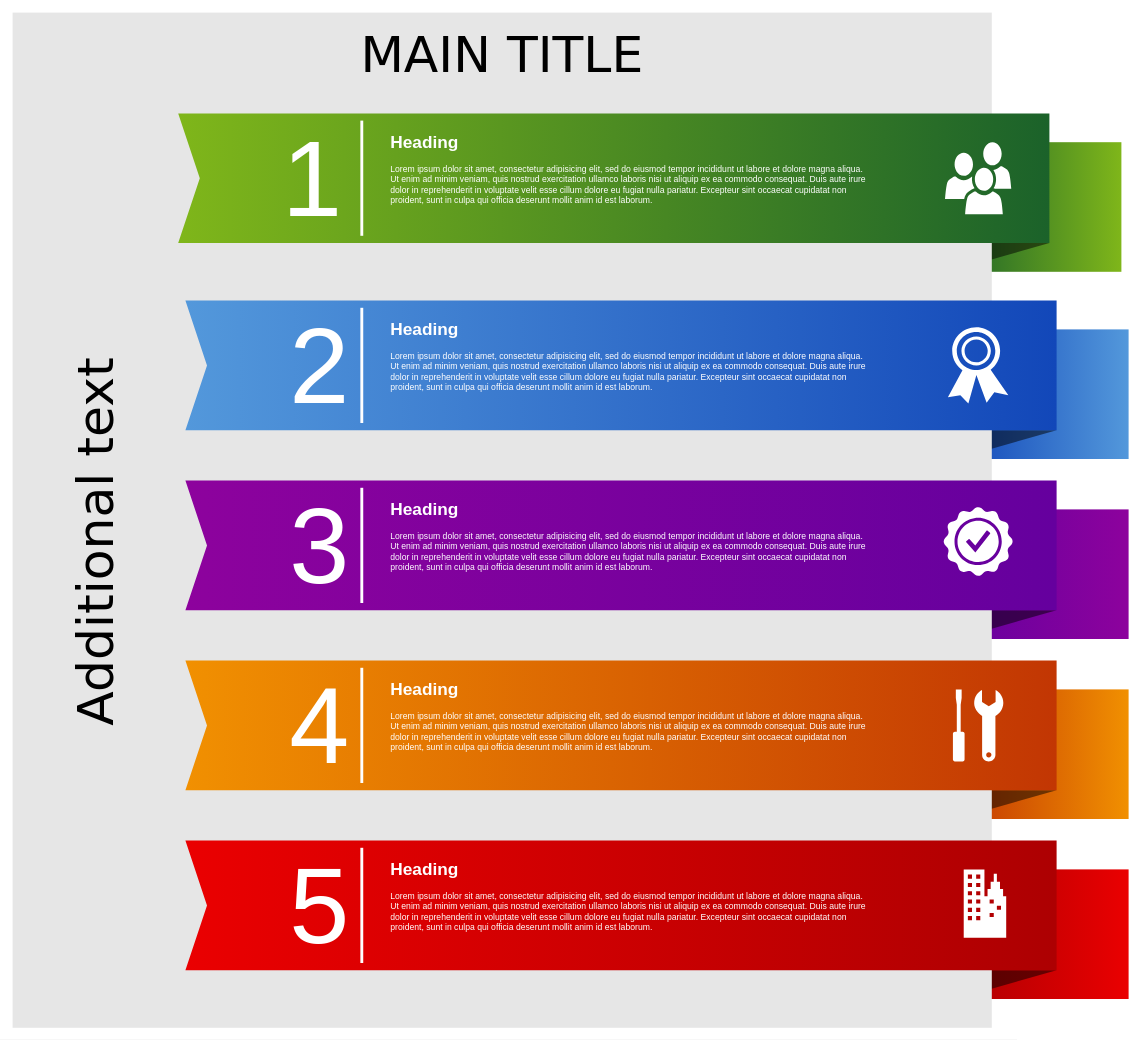
Before: Untitled Diagram.drawio in amaliarais67/latihan-Js, a draw.io diagram. Source tidied: cells renumbered, new cells numbered last; positions are measured from the earlier drawing's top-left corner, leaving out a move shared by most shapes. Both pictures are drawn from the tidied source at 72%, with x=0, y=0 at pixel (12, 12).
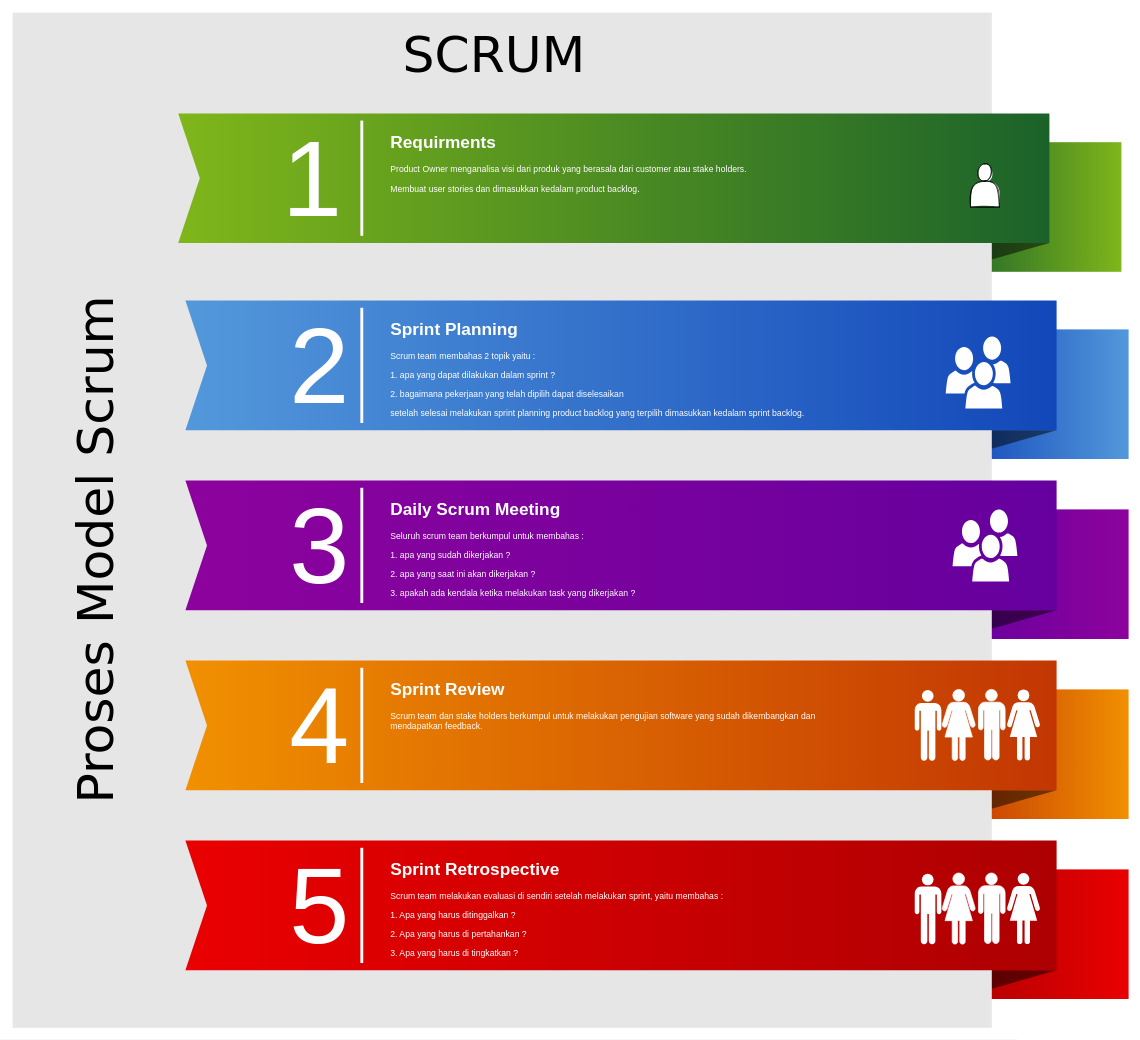
The same page after the edit.

The edit, as a diff of the source:
```diff
@@
-    <mxCell id="12" value="MAIN TITLE" style="whiteSpace=wrap;html=1;rounded=0;shadow=0;dashed=0;strokeWidth=1;fillColor=#E6E6E6;fontFamily=Verdana;fontSize=70;strokeColor=none;verticalAlign=top;spacingTop=10;" parent="1" vertex="1">
+    <mxCell id="12" value="SCRUM&amp;nbsp;" style="whiteSpace=wrap;html=1;rounded=0;shadow=0;dashed=0;strokeWidth=1;fillColor=#E6E6E6;fontFamily=Verdana;fontSize=70;strokeColor=none;verticalAlign=top;spacingTop=10;" parent="1" vertex="1">
       <mxGeometry width="1360" height="1410" as="geometry" />
     </mxCell>
@@
-    <mxCell id="18" value="Additional text" style="text;html=1;strokeColor=none;fillColor=none;align=center;verticalAlign=middle;whiteSpace=wrap;rounded=0;shadow=0;dashed=0;fontFamily=Verdana;fontSize=70;horizontal=0;" parent="1" vertex="1">
+    <mxCell id="18" value="Proses Model Scrum&amp;nbsp;" style="text;html=1;strokeColor=none;fillColor=none;align=center;verticalAlign=middle;whiteSpace=wrap;rounded=0;shadow=0;dashed=0;fontFamily=Verdana;fontSize=70;horizontal=0;" parent="1" vertex="1">
       <mxGeometry x="50" y="140" width="130" height="1190" as="geometry" />
     </mxCell>
@@
-    <mxCell id="29" value="&lt;h1&gt;Heading&lt;/h1&gt;&lt;p&gt;L&lt;span&gt;orem ipsum dolor sit amet, consectetur adipisicing elit, sed do eiusmod tempor incididunt ut labore et dolore magna aliqua. Ut enim ad minim veniam, quis nostrud exercitation ullamco laboris nisi ut aliquip ex ea commodo consequat. Duis aute irure dolor in reprehenderit in voluptate velit esse cillum dolore eu fugiat nulla pariatur. Excepteur sint occaecat cupidatat non proident, sunt in culpa qui officia deserunt mollit anim id est laborum.&lt;/span&gt;&lt;/p&gt;" style="text;html=1;strokeColor=none;fillColor=none;spacing=5;spacingTop=-20;whiteSpace=wrap;overflow=hidden;rounded=0;shadow=0;dashed=0;fontFamily=Helvetica;fontSize=12;fontColor=#FFFFFF;align=left;" parent="1" vertex="1">
+    <mxCell id="29" value="&lt;h1&gt;Requirments&amp;nbsp;&lt;/h1&gt;&lt;p style=&quot;&quot;&gt;&lt;font style=&quot;font-size: 12px;&quot;&gt;Product Owner menganalisa visi dari produk yang berasala dari customer atau stake holders.&lt;/font&gt;&lt;/p&gt;&lt;p style=&quot;&quot;&gt;&lt;font style=&quot;font-size: 12px;&quot;&gt;Membuat user stories dan dimasukkan kedalam product backlog&lt;/font&gt;&lt;font style=&quot;font-size: 14px;&quot;&gt;.&lt;/font&gt;&lt;span style=&quot;font-size: 13px;&quot;&gt;&amp;nbsp;&lt;/span&gt;&lt;/p&gt;" style="text;html=1;strokeColor=none;fillColor=none;spacing=5;spacingTop=-20;whiteSpace=wrap;overflow=hidden;rounded=0;shadow=0;dashed=0;fontFamily=Helvetica;fontSize=12;fontColor=#FFFFFF;align=left;" parent="1" vertex="1">
       <mxGeometry x="520" y="160" width="670" height="140" as="geometry" />
     </mxCell>
-    <mxCell id="30" value="&lt;h1&gt;Heading&lt;/h1&gt;&lt;p&gt;L&lt;span&gt;orem ipsum dolor sit amet, consectetur adipisicing elit, sed do eiusmod tempor incididunt ut labore et dolore magna aliqua. Ut enim ad minim veniam, quis nostrud exercitation ullamco laboris nisi ut aliquip ex ea commodo consequat. Duis aute irure dolor in reprehenderit in voluptate velit esse cillum dolore eu fugiat nulla pariatur. Excepteur sint occaecat cupidatat non proident, sunt in culpa qui officia deserunt mollit anim id est laborum.&lt;/span&gt;&lt;/p&gt;" style="text;html=1;strokeColor=none;fillColor=none;spacing=5;spacingTop=-20;whiteSpace=wrap;overflow=hidden;rounded=0;shadow=0;dashed=0;fontFamily=Helvetica;fontSize=12;fontColor=#FFFFFF;align=left;" parent="1" vertex="1">
-      <mxGeometry x="520" y="420" width="670" height="140" as="geometry" />
+    <mxCell id="30" value="&lt;h1&gt;Sprint Planning&amp;nbsp;&lt;/h1&gt;&lt;p&gt;&lt;span&gt;Scrum team membahas 2 topik yaitu :&lt;/span&gt;&lt;/p&gt;&lt;p&gt;&lt;span&gt;1. apa yang dapat dilakukan dalam sprint ?&lt;/span&gt;&lt;/p&gt;&lt;p&gt;&lt;span&gt;2. bagaimana pekerjaan yang telah dipilih dapat diselesaikan&amp;nbsp;&lt;/span&gt;&lt;/p&gt;&lt;p&gt;&lt;span&gt;setelah selesai melakukan sprint planning product backlog yang terpilih dimasukkan kedalam sprint backlog.&lt;/span&gt;&lt;/p&gt;" style="text;html=1;strokeColor=none;fillColor=none;spacing=5;spacingTop=-20;whiteSpace=wrap;overflow=hidden;rounded=0;shadow=0;dashed=0;fontFamily=Helvetica;fontSize=12;fontColor=#FFFFFF;align=left;" parent="1" vertex="1">
+      <mxGeometry x="520" y="420" width="670" height="150" as="geometry" />
     </mxCell>
-    <mxCell id="31" value="&lt;h1&gt;Heading&lt;/h1&gt;&lt;p&gt;L&lt;span&gt;orem ipsum dolor sit amet, consectetur adipisicing elit, sed do eiusmod tempor incididunt ut labore et dolore magna aliqua. Ut enim ad minim veniam, quis nostrud exercitation ullamco laboris nisi ut aliquip ex ea commodo consequat. Duis aute irure dolor in reprehenderit in voluptate velit esse cillum dolore eu fugiat nulla pariatur. Excepteur sint occaecat cupidatat non proident, sunt in culpa qui officia deserunt mollit anim id est laborum.&lt;/span&gt;&lt;/p&gt;" style="text;html=1;strokeColor=none;fillColor=none;spacing=5;spacingTop=-20;whiteSpace=wrap;overflow=hidden;rounded=0;shadow=0;dashed=0;fontFamily=Helvetica;fontSize=12;fontColor=#FFFFFF;align=left;" parent="1" vertex="1">
-      <mxGeometry x="520" y="670" width="670" height="140" as="geometry" />
+    <mxCell id="31" value="&lt;h1&gt;Daily Scrum Meeting&amp;nbsp;&lt;/h1&gt;&lt;p&gt;&lt;span&gt;Seluruh scrum team berkumpul untuk membahas :&lt;/span&gt;&lt;/p&gt;&lt;p&gt;&lt;span&gt;1. apa yang sudah dikerjakan ?&lt;/span&gt;&lt;/p&gt;&lt;p&gt;&lt;span&gt;2. apa yang saat ini akan dikerjakan ?&lt;/span&gt;&lt;/p&gt;&lt;p&gt;&lt;span&gt;3. apakah ada kendala ketika melakukan task yang dikerjakan ?&lt;/span&gt;&lt;/p&gt;" style="text;html=1;strokeColor=none;fillColor=none;spacing=5;spacingTop=-20;whiteSpace=wrap;overflow=hidden;rounded=0;shadow=0;dashed=0;fontFamily=Helvetica;fontSize=12;fontColor=#FFFFFF;align=left;" parent="1" vertex="1">
+      <mxGeometry x="520" y="670" width="670" height="150" as="geometry" />
     </mxCell>
-    <mxCell id="32" value="&lt;h1&gt;Heading&lt;/h1&gt;&lt;p&gt;L&lt;span&gt;orem ipsum dolor sit amet, consectetur adipisicing elit, sed do eiusmod tempor incididunt ut labore et dolore magna aliqua. Ut enim ad minim veniam, quis nostrud exercitation ullamco laboris nisi ut aliquip ex ea commodo consequat. Duis aute irure dolor in reprehenderit in voluptate velit esse cillum dolore eu fugiat nulla pariatur. Excepteur sint occaecat cupidatat non proident, sunt in culpa qui officia deserunt mollit anim id est laborum.&lt;/span&gt;&lt;/p&gt;" style="text;html=1;strokeColor=none;fillColor=none;spacing=5;spacingTop=-20;whiteSpace=wrap;overflow=hidden;rounded=0;shadow=0;dashed=0;fontFamily=Helvetica;fontSize=12;fontColor=#FFFFFF;align=left;" parent="1" vertex="1">
+    <mxCell id="32" value="&lt;h1&gt;Sprint Review&lt;/h1&gt;&lt;p&gt;&lt;span&gt;Scrum team dan stake holders berkumpul untuk melakukan pengujian software yang sudah dikembangkan dan mendapatkan feedback.&lt;/span&gt;&lt;/p&gt;" style="text;html=1;strokeColor=none;fillColor=none;spacing=5;spacingTop=-20;whiteSpace=wrap;overflow=hidden;rounded=0;shadow=0;dashed=0;fontFamily=Helvetica;fontSize=12;fontColor=#FFFFFF;align=left;" parent="1" vertex="1">
       <mxGeometry x="520" y="920" width="670" height="140" as="geometry" />
     </mxCell>
-    <mxCell id="33" value="&lt;h1&gt;Heading&lt;/h1&gt;&lt;p&gt;L&lt;span&gt;orem ipsum dolor sit amet, consectetur adipisicing elit, sed do eiusmod tempor incididunt ut labore et dolore magna aliqua. Ut enim ad minim veniam, quis nostrud exercitation ullamco laboris nisi ut aliquip ex ea commodo consequat. Duis aute irure dolor in reprehenderit in voluptate velit esse cillum dolore eu fugiat nulla pariatur. Excepteur sint occaecat cupidatat non proident, sunt in culpa qui officia deserunt mollit anim id est laborum.&lt;/span&gt;&lt;/p&gt;" style="text;html=1;strokeColor=none;fillColor=none;spacing=5;spacingTop=-20;whiteSpace=wrap;overflow=hidden;rounded=0;shadow=0;dashed=0;fontFamily=Helvetica;fontSize=12;fontColor=#FFFFFF;align=left;" parent="1" vertex="1">
-      <mxGeometry x="520" y="1170" width="670" height="140" as="geometry" />
+    <mxCell id="33" value="&lt;h1&gt;Sprint Retrospective&amp;nbsp;&lt;/h1&gt;&lt;p&gt;&lt;span&gt;Scrum team melakukan evaluasi di sendiri setelah melakukan sprint, yaitu membahas :&amp;nbsp;&lt;/span&gt;&lt;/p&gt;&lt;p&gt;&lt;span&gt;1. Apa yang harus ditinggalkan ?&lt;/span&gt;&lt;/p&gt;&lt;p&gt;&lt;span&gt;2. Apa yang harus di pertahankan ?&lt;/span&gt;&lt;/p&gt;&lt;p&gt;&lt;span&gt;3. Apa yang harus di tingkatkan ?&lt;/span&gt;&lt;/p&gt;" style="text;html=1;strokeColor=none;fillColor=none;spacing=5;spacingTop=-20;whiteSpace=wrap;overflow=hidden;rounded=0;shadow=0;dashed=0;fontFamily=Helvetica;fontSize=12;fontColor=#FFFFFF;align=left;" parent="1" vertex="1">
+      <mxGeometry x="520" y="1170" width="670" height="150" as="geometry" />
     </mxCell>
     <mxCell id="34" style="shadow=0;dashed=0;html=1;strokeColor=none;fillColor=#FFFFFF;labelPosition=center;verticalLabelPosition=bottom;verticalAlign=top;shape=mxgraph.office.users.users;rounded=0;fontFamily=Helvetica;fontSize=12;fontColor=#FFFFFF;align=left;" parent="1" vertex="1">
-      <mxGeometry x="1295" y="180" width="92" height="100" as="geometry" />
+      <mxGeometry x="1296" y="450" width="90" height="100" as="geometry" />
     </mxCell>
-    <mxCell id="35" style="shadow=0;dashed=0;html=1;strokeColor=none;fillColor=#FFFFFF;labelPosition=center;verticalLabelPosition=bottom;verticalAlign=top;shape=mxgraph.office.security.token;rounded=0;fontFamily=Helvetica;fontSize=12;fontColor=#FFFFFF;align=left;" parent="1" vertex="1">
-      <mxGeometry x="1299" y="437" width="84" height="106" as="geometry" />
-    </mxCell>
-    <mxCell id="36" style="shadow=0;dashed=0;html=1;strokeColor=none;fillColor=#FFFFFF;labelPosition=center;verticalLabelPosition=bottom;verticalAlign=top;shape=mxgraph.office.concepts.best_practices;rounded=0;fontFamily=Helvetica;fontSize=12;fontColor=#FFFFFF;align=left;" parent="1" vertex="1">
-      <mxGeometry x="1292.5" y="686" width="97" height="97" as="geometry" />
-    </mxCell>
-    <mxCell id="37" style="shadow=0;dashed=0;html=1;strokeColor=none;fillColor=#FFFFFF;labelPosition=center;verticalLabelPosition=bottom;verticalAlign=top;shape=mxgraph.office.concepts.maintenance;rounded=0;fontFamily=Helvetica;fontSize=12;fontColor=#FFFFFF;align=left;" parent="1" vertex="1">
-      <mxGeometry x="1306" y="940" width="70" height="100" as="geometry" />
-    </mxCell>
-    <mxCell id="38" style="shadow=0;dashed=0;html=1;strokeColor=none;fillColor=#FFFFFF;labelPosition=center;verticalLabelPosition=bottom;verticalAlign=top;shape=mxgraph.office.concepts.on_premises;rounded=0;fontFamily=Helvetica;fontSize=12;fontColor=#FFFFFF;align=left;" parent="1" vertex="1">
-      <mxGeometry x="1321" y="1190" width="59" height="95" as="geometry" />
-    </mxCell>
+    <mxCell id="39" style="shadow=0;dashed=0;html=1;strokeColor=none;fillColor=#FFFFFF;labelPosition=center;verticalLabelPosition=bottom;verticalAlign=top;shape=mxgraph.office.users.users;rounded=0;fontFamily=Helvetica;fontSize=12;fontColor=#FFFFFF;align=left;" parent="1" vertex="1">
+      <mxGeometry x="1305.5" y="690" width="90" height="100" as="geometry" />
+    </mxCell>
+    <mxCell id="40" style="shape=mxgraph.signs.people.woman_1;html=1;fillColor=#FFFFFF;strokeColor=none;verticalLabelPosition=bottom;verticalAlign=top;align=center;sketch=0;fontSize=12;" parent="1" vertex="1">
+      <mxGeometry x="1380" y="940" width="48" height="100" as="geometry" />
+    </mxCell>
+    <mxCell id="41" style="shape=mxgraph.signs.people.man_1;html=1;verticalLabelPosition=bottom;verticalAlign=top;align=center;sketch=0;fontSize=12;strokeColor=#FFFFFF;" parent="1" vertex="1">
+      <mxGeometry x="1341.5" y="940" width="37" height="98" as="geometry" />
+    </mxCell>
+    <mxCell id="42" style="shape=mxgraph.signs.people.woman_1;html=1;verticalLabelPosition=bottom;verticalAlign=top;align=center;sketch=0;fontSize=12;strokeColor=#FFFFFF;" parent="1" vertex="1">
+      <mxGeometry x="1290" y="940" width="48" height="100" as="geometry" />
+    </mxCell>
+    <mxCell id="43" style="shape=mxgraph.signs.people.man_1;html=1;fillColor=#FFFFFF;strokeColor=none;verticalLabelPosition=bottom;verticalAlign=top;align=center;sketch=0;fontSize=12;" parent="1" vertex="1">
+      <mxGeometry x="1253" y="941" width="37" height="98" as="geometry" />
+    </mxCell>
+    <mxCell id="44" style="shape=mxgraph.signs.people.woman_1;html=1;fillColor=#FFFFFF;strokeColor=none;verticalLabelPosition=bottom;verticalAlign=top;align=center;sketch=0;fontSize=12;" parent="1" vertex="1">
+      <mxGeometry x="1380" y="1195" width="48" height="100" as="geometry" />
+    </mxCell>
+    <mxCell id="45" style="shape=mxgraph.signs.people.man_1;html=1;verticalLabelPosition=bottom;verticalAlign=top;align=center;sketch=0;fontSize=12;strokeColor=#FFFFFF;" parent="1" vertex="1">
+      <mxGeometry x="1341.5" y="1195" width="37" height="98" as="geometry" />
+    </mxCell>
+    <mxCell id="46" style="shape=mxgraph.signs.people.woman_1;html=1;verticalLabelPosition=bottom;verticalAlign=top;align=center;sketch=0;fontSize=12;strokeColor=#FFFFFF;" parent="1" vertex="1">
+      <mxGeometry x="1290" y="1195" width="48" height="100" as="geometry" />
+    </mxCell>
+    <mxCell id="47" style="shape=mxgraph.signs.people.man_1;html=1;fillColor=#FFFFFF;strokeColor=none;verticalLabelPosition=bottom;verticalAlign=top;align=center;sketch=0;fontSize=12;" parent="1" vertex="1">
+      <mxGeometry x="1253" y="1196" width="37" height="98" as="geometry" />
+    </mxCell>
+    <mxCell id="48" style="shape=actor;whiteSpace=wrap;html=1;sketch=1;fontSize=12;strokeColor=#000000;fillColor=#FFFFFF;gradientColor=#FFFFFF;" parent="1" vertex="1">
+      <mxGeometry x="1330.5" y="210" width="40" height="60" as="geometry" />
+    </mxCell>
```
